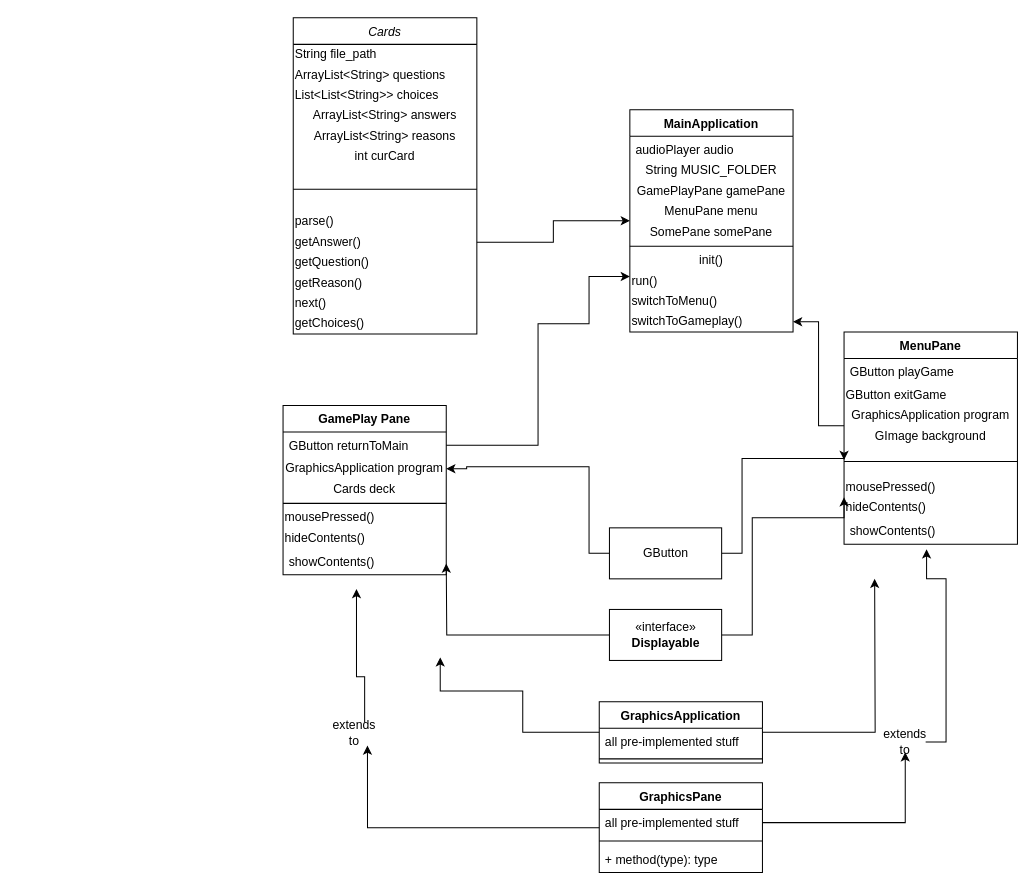
Prot0ast/Repository-Name keeps this draw.io diagram as Untitled Diagram.drawio. Above is the earlier version. Source tidied: cells renumbered, new cells numbered last; positions are measured from the earlier drawing's top-left corner, leaving out a move shared by most shapes. Both pictures are drawn from the tidied source at 102%, with x=0, y=0 at pixel (283, 17).
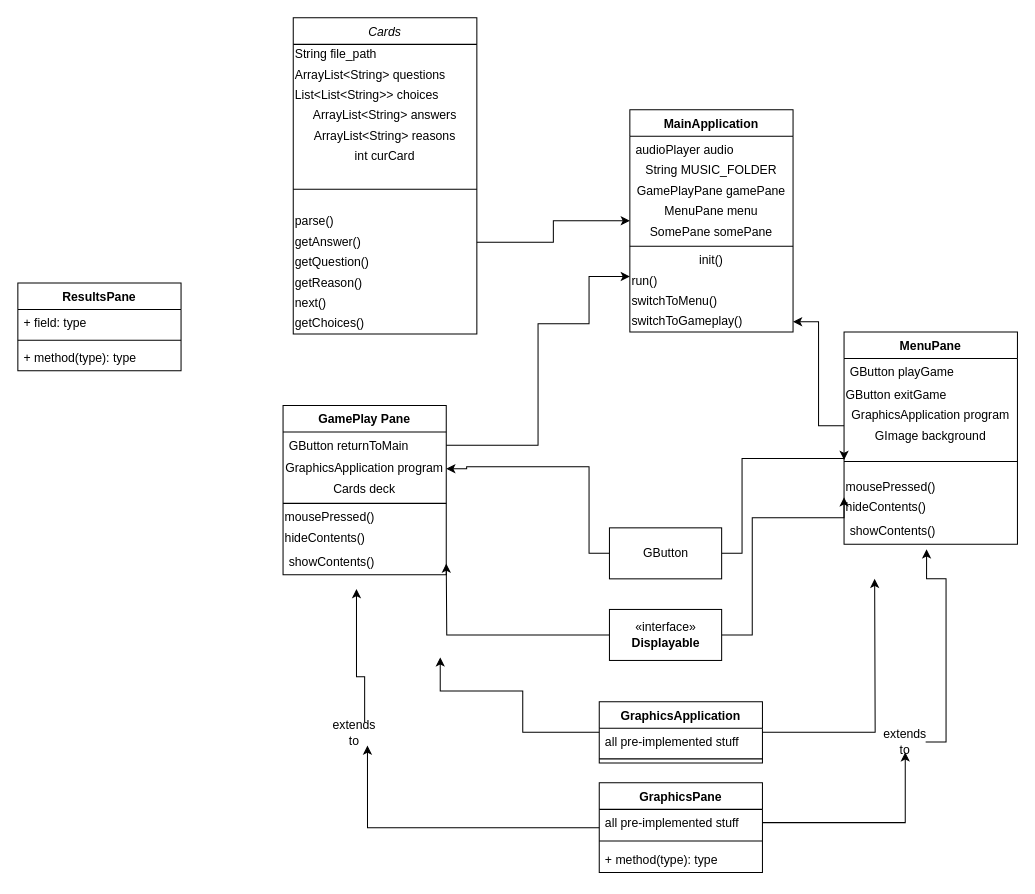
After the change.

The edit, as a diff of the source:
```diff
@@
+    <mxCell id="68" value="ResultsPane" style="swimlane;fontStyle=1;align=center;verticalAlign=top;horizontal=1;startSize=26;" parent="1" vertex="1">
+      <mxGeometry x="-260" y="260" width="160" height="86" as="geometry" />
+    </mxCell>
+    <mxCell id="69" value="+ field: type" style="text;strokeColor=none;fillColor=none;align=left;verticalAlign=top;spacingLeft=4;spacingRight=4;overflow=hidden;" parent="68" vertex="1">
+      <mxGeometry y="26" width="160" height="26" as="geometry" />
+    </mxCell>
+    <mxCell id="70" style="line;strokeWidth=1;fillColor=none;align=left;verticalAlign=middle;spacingTop=-1;spacingLeft=3;spacingRight=3;labelPosition=right;" parent="68" vertex="1">
+      <mxGeometry y="52" width="160" height="8" as="geometry" />
+    </mxCell>
+    <mxCell id="71" value="+ method(type): type" style="text;strokeColor=none;fillColor=none;align=left;verticalAlign=top;spacingLeft=4;spacingRight=4;overflow=hidden;" parent="68" vertex="1">
+      <mxGeometry y="60" width="160" height="26" as="geometry" />
+    </mxCell>
```
